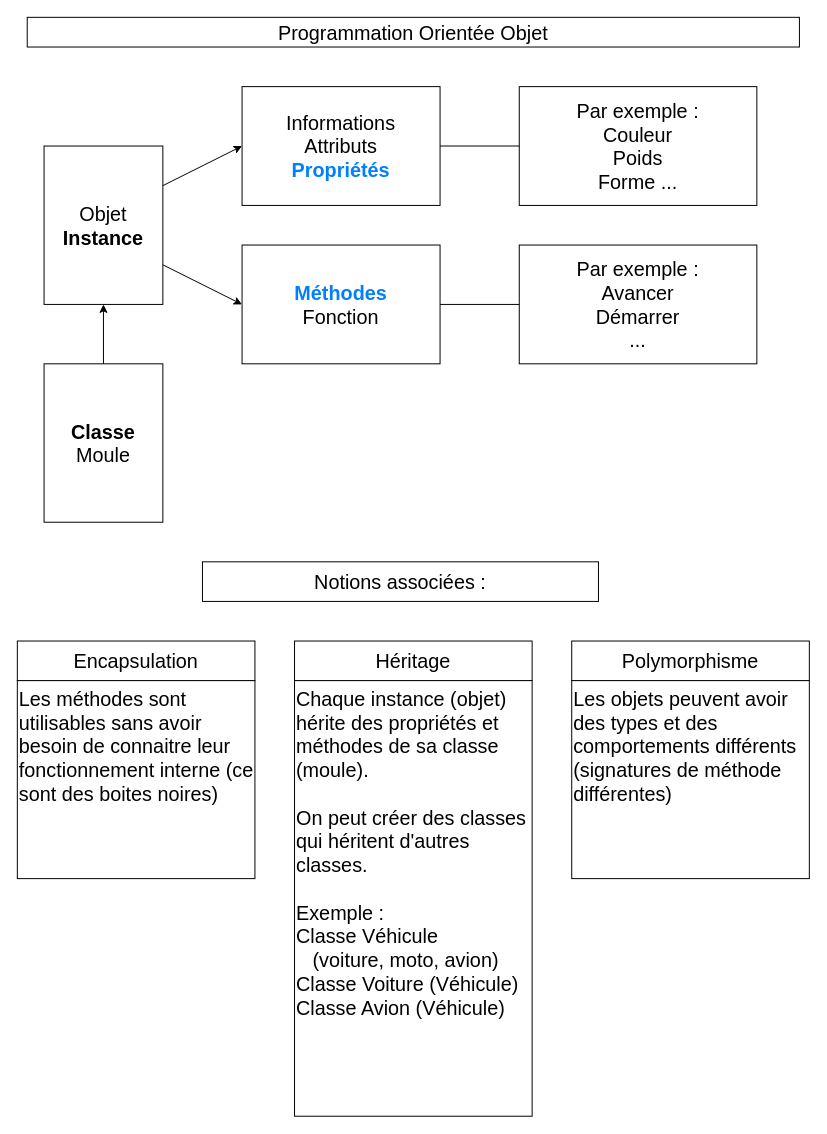
This is POO/POO.drawio from TheGoodBear/Python-WCS-Tests-and-samples, a draw.io file, before an edit. Source tidied: cells renumbered, new cells numbered last; positions are measured from the earlier drawing's top-left corner, leaving out a move shared by most shapes. Both pictures are drawn from the tidied source at 99%, with x=0, y=0 at pixel (17, 17).
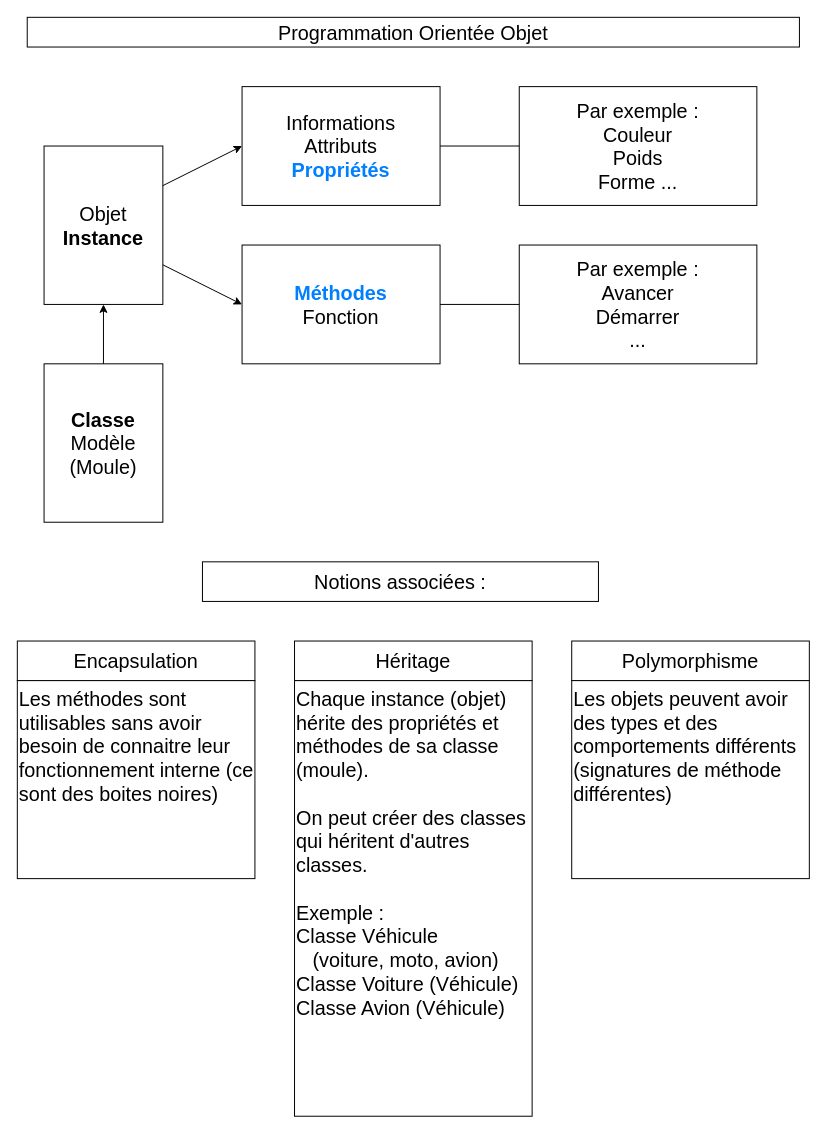
After the change.

The edit, as a diff of the source:
```diff
@@
-    <mxCell id="12" value="&lt;b&gt;Classe&lt;/b&gt;&lt;br&gt;Moule" style="rounded=0;whiteSpace=wrap;html=1;fontSize=20;" parent="1" vertex="1">
+    <mxCell id="12" value="&lt;b&gt;Classe&lt;br&gt;&lt;/b&gt;Modèle&lt;br&gt;(Moule)" style="rounded=0;whiteSpace=wrap;html=1;fontSize=20;" parent="1" vertex="1">
       <mxGeometry x="27" y="350" width="120" height="160" as="geometry" />
     </mxCell>
```
